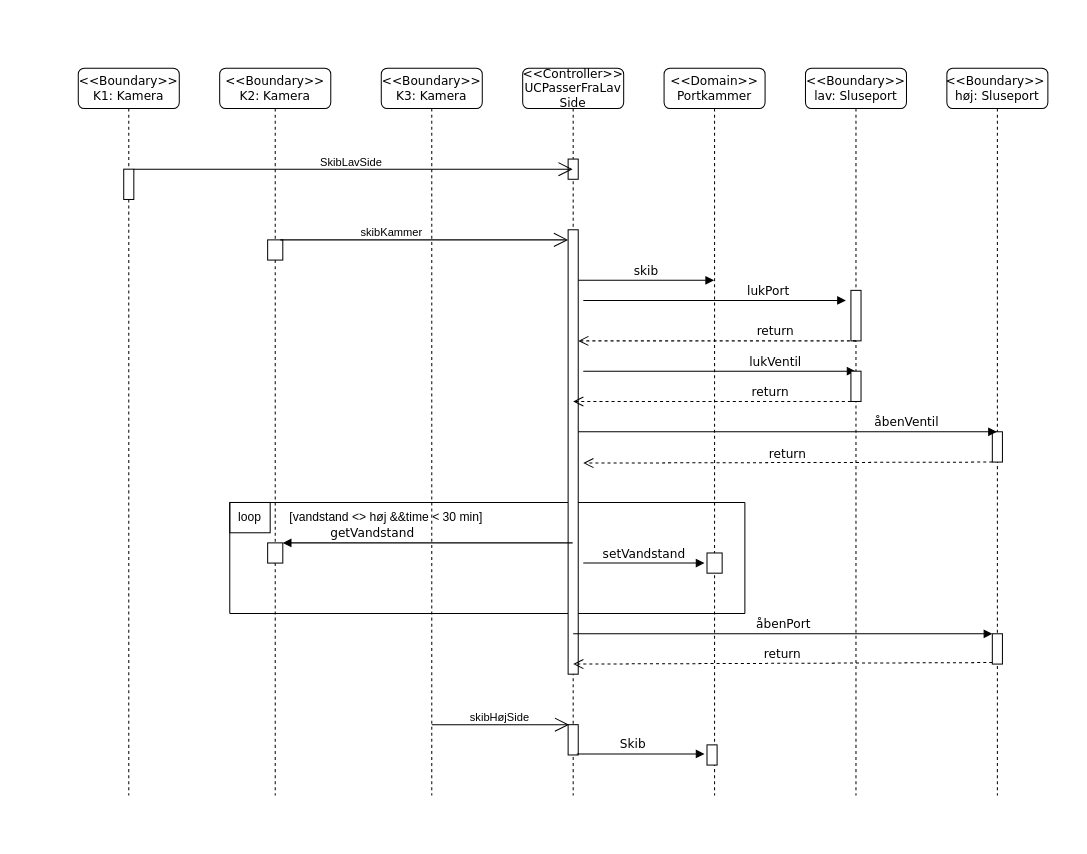
Laurapav1/GitLecture keeps this draw.io diagram as Unavngivet diagram.drawio. Above is the earlier version. Source tidied: cells renumbered, new cells numbered last; positions are measured from the earlier drawing's top-left corner, leaving out a move shared by most shapes. Both pictures are drawn from the tidied source at 101%, with x=0, y=0 at pixel (78, 68).
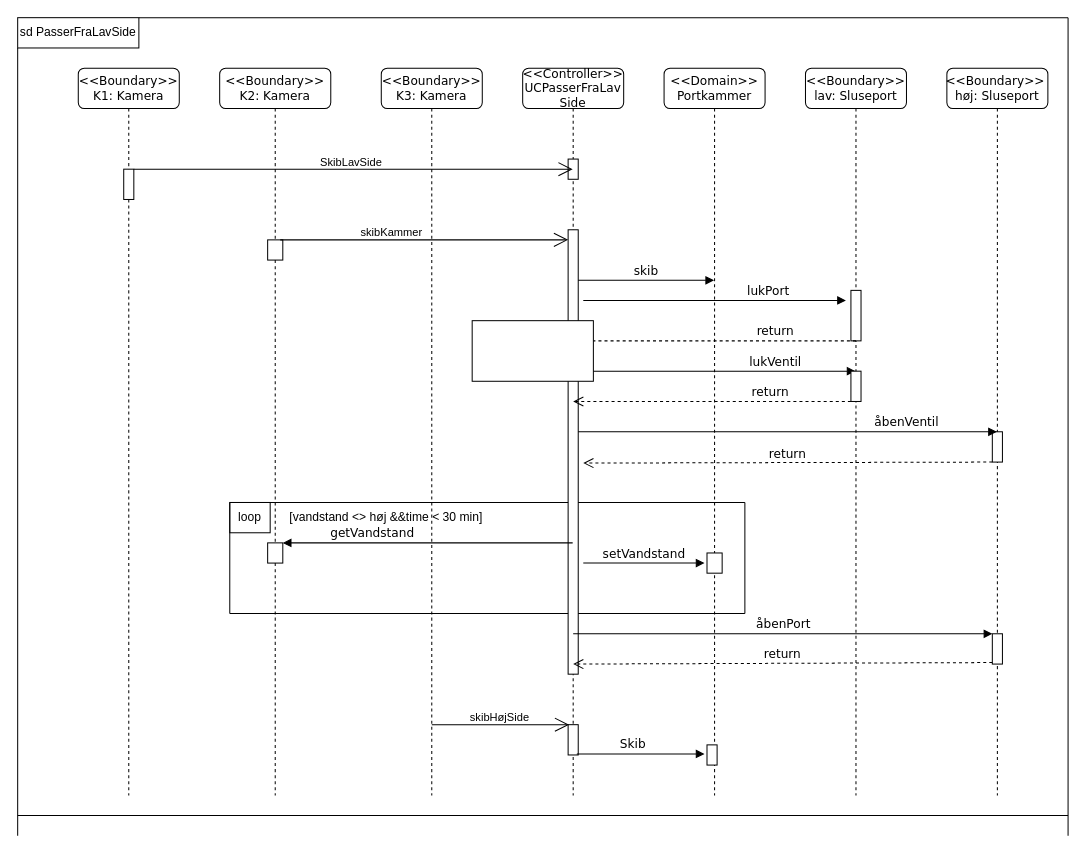
The same diagram, later.

The edit, as a diff of the source:
```diff
@@
+    <mxCell id="42" style="rounded=0;whiteSpace=wrap;html=1;" parent="1" vertex="1">
+      <mxGeometry x="390" y="250" width="120" height="60" as="geometry" />
+    </mxCell>
+    <mxCell id="43" value="sd PasserFraLavSide" style="rounded=0;whiteSpace=wrap;html=1;" parent="1" vertex="1">
+      <mxGeometry x="-60" y="-50" width="120" height="30" as="geometry" />
+    </mxCell>
+    <mxCell id="44" style="endArrow=none;html=1;rounded=0;" parent="1" edge="1">
+      <mxGeometry relative="1" as="geometry">
+        <mxPoint x="-60" y="760" as="sourcePoint" />
+        <mxPoint x="-60" y="-20" as="targetPoint" />
+      </mxGeometry>
+    </mxCell>
+    <mxCell id="45" style="endArrow=none;html=1;rounded=0;" parent="1" edge="1">
+      <mxGeometry relative="1" as="geometry">
+        <mxPoint x="-60" y="740" as="sourcePoint" />
+        <mxPoint x="980" y="740" as="targetPoint" />
+      </mxGeometry>
+    </mxCell>
+    <mxCell id="46" style="endArrow=none;html=1;rounded=0;" parent="1" edge="1">
+      <mxGeometry relative="1" as="geometry">
+        <mxPoint x="980" y="760" as="sourcePoint" />
+        <mxPoint x="980" y="-50" as="targetPoint" />
+        <Array as="points">
+          <mxPoint x="980" y="640" />
+        </Array>
+      </mxGeometry>
+    </mxCell>
+    <mxCell id="47" style="endArrow=none;html=1;rounded=0;" parent="1" edge="1">
+      <mxGeometry relative="1" as="geometry">
+        <mxPoint x="60" y="-50" as="sourcePoint" />
+        <mxPoint x="980" y="-50" as="targetPoint" />
+      </mxGeometry>
+    </mxCell>
```
